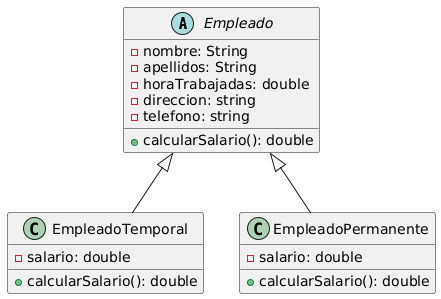
Above: diagrama.png in eduardob1324/AcademiaAfirma (PlantUML), before the change.
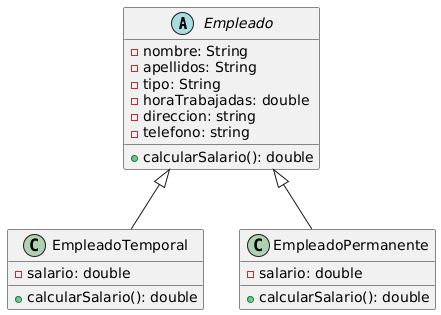
After the change.

What changed in the source:
```diff
@@ -2,6 +2,7 @@
 abstract class Empleado {
   - nombre: String
   - apellidos: String
+  - tipo: String
   - horaTrabajadas: double
   - direccion: string
   - telefono: string
```
